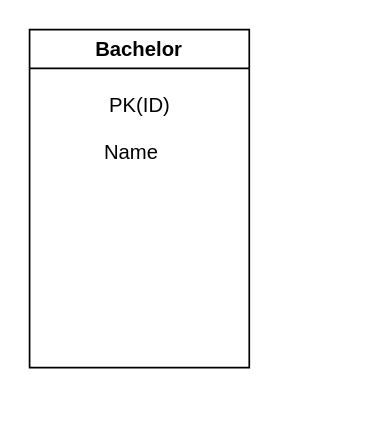
Before: Program.drawio in Trenty2/TS-tic-tac-toe, a draw.io diagram. Source tidied: cells renumbered, new cells numbered last; positions are measured from the earlier drawing's top-left corner, leaving out a move shared by most shapes. Both pictures are drawn from the tidied source at 169%, with x=0, y=0 at pixel (29, 29).
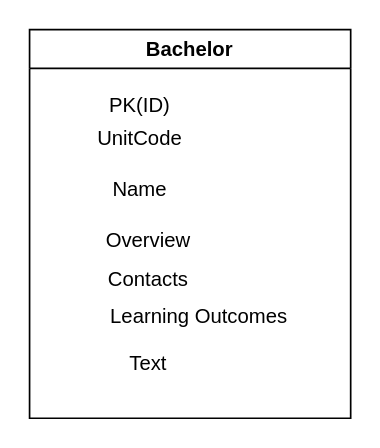
The same page after the edit.

What changed in the source:
```diff
@@
 <mxGraphModel>
   <root>
     <mxCell id="0" />
     <mxCell id="1" parent="0" />
     <mxCell id="2" value="Bachelor" style="swimlane;whiteSpace=wrap;html=1;" parent="1" vertex="1">
-      <mxGeometry width="130" height="200" as="geometry" />
+      <mxGeometry width="190" height="230" as="geometry" />
     </mxCell>
     <mxCell id="3" value="PK(ID)" style="text;html=1;align=center;verticalAlign=middle;strokeColor=none;fillColor=none;" parent="2" vertex="1">
       <mxGeometry x="35" y="30" width="60" height="30" as="geometry" />
     </mxCell>
-    <mxCell id="4" value="Name" style="text;html=1;align=center;verticalAlign=middle;strokeColor=none;fillColor=none;" parent="1" vertex="1">
-      <mxGeometry x="30" y="58" width="60" height="30" as="geometry" />
+    <mxCell id="4" value="Name" style="text;html=1;align=center;verticalAlign=middle;strokeColor=none;fillColor=none;" parent="2" vertex="1">
+      <mxGeometry x="35" y="80" width="60" height="30" as="geometry" />
     </mxCell>
+    <mxCell id="5" value="Overview" style="text;html=1;align=center;verticalAlign=middle;strokeColor=none;fillColor=none;" parent="2" vertex="1">
+      <mxGeometry x="35" y="110" width="70" height="30" as="geometry" />
+    </mxCell>
+    <mxCell id="6" value="Contacts" style="text;html=1;align=center;verticalAlign=middle;strokeColor=none;fillColor=none;" parent="2" vertex="1">
+      <mxGeometry x="35" y="133" width="70" height="30" as="geometry" />
+    </mxCell>
+    <mxCell id="7" value="Learning Outcomes" style="text;html=1;align=center;verticalAlign=middle;strokeColor=none;fillColor=none;" parent="2" vertex="1">
+      <mxGeometry x="35" y="155" width="130" height="30" as="geometry" />
+    </mxCell>
+    <mxCell id="8" value="Text" style="text;html=1;align=center;verticalAlign=middle;strokeColor=none;fillColor=none;" parent="2" vertex="1">
+      <mxGeometry x="45" y="183" width="50" height="30" as="geometry" />
+    </mxCell>
+    <mxCell id="9" value="UnitCode" style="text;html=1;align=center;verticalAlign=middle;strokeColor=none;fillColor=none;" parent="2" vertex="1">
+      <mxGeometry x="30" y="50" width="70" height="30" as="geometry" />
+    </mxCell>
   </root>
 </mxGraphModel>
```
